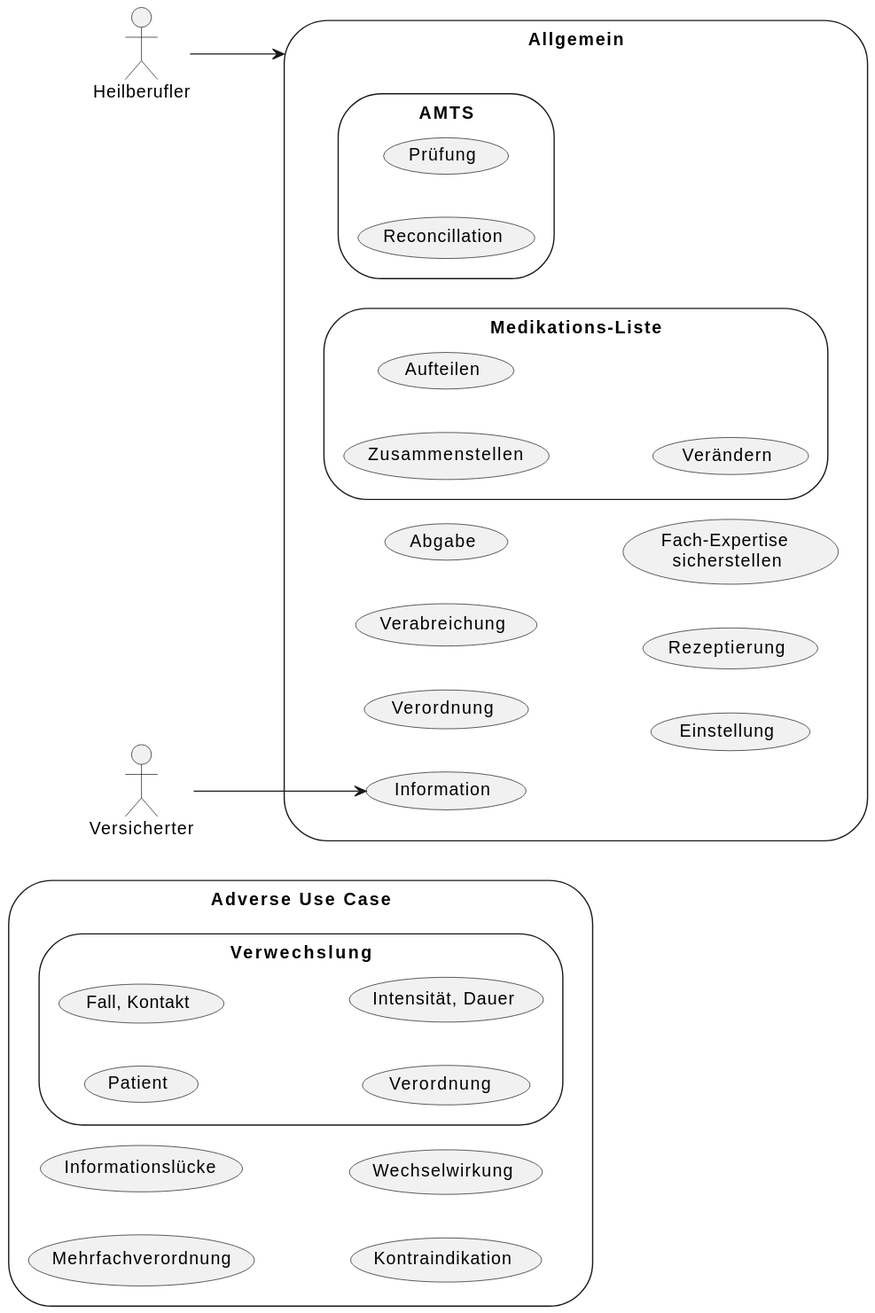
The PlantUML diagram Material/images/diagrams/usecases.svg in gematik/spec-ISiK-Medikation, before a commit.
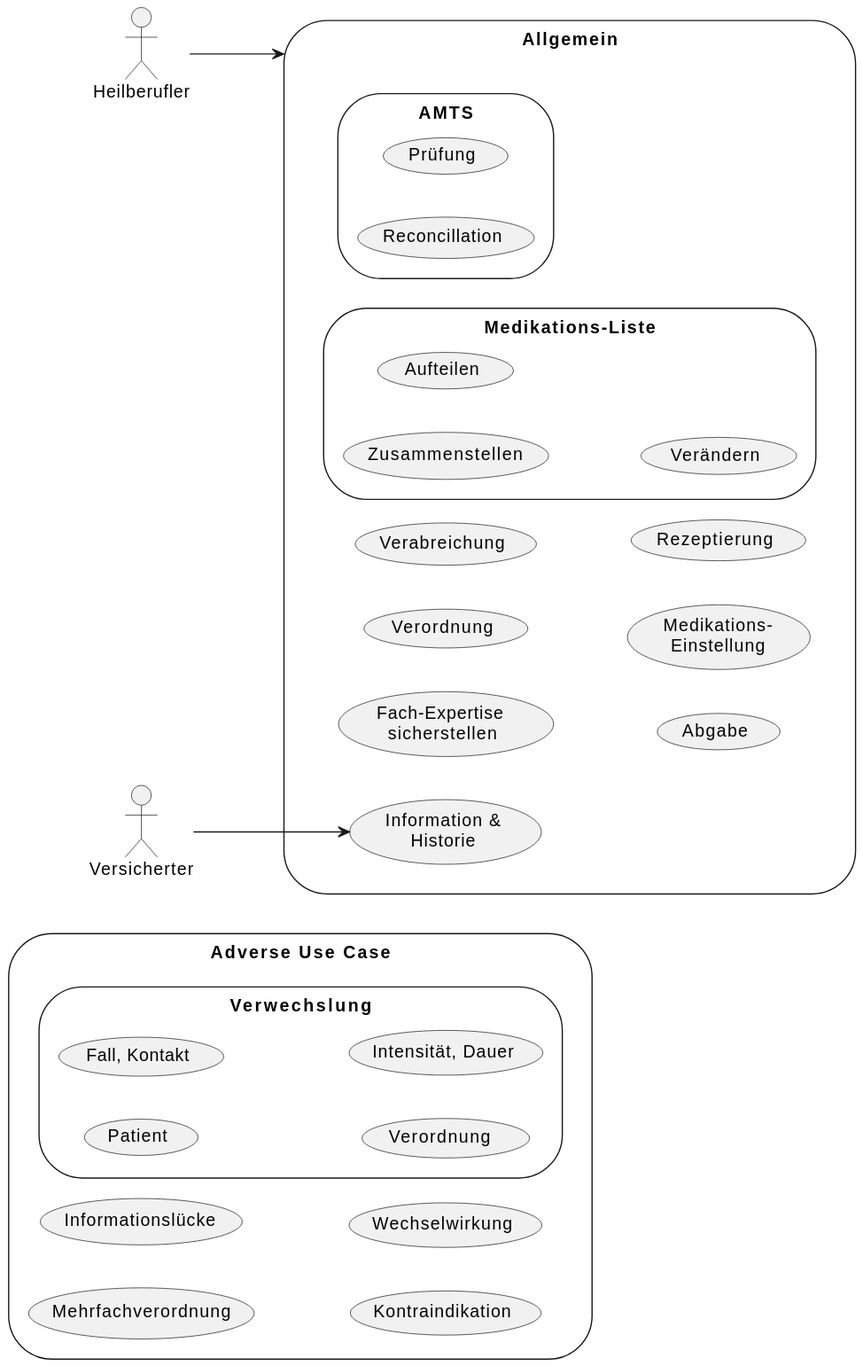
The same file after the commit.

Commit message:
auto-generated diagrams by GitHub Action after source code change

What changed in the source:
```diff
@@ -17,13 +17,13 @@
 }
 
 storage gnrlUC as "Allgemein" {
-    (Information)
+    (Fach-Expertise \nsicherstellen)
+    (Information &\nHistorie)
     (Verordnung)
     (Verabreichung)
     (Abgabe)
-    (Einstellung)
+    (Medikations-\nEinstellung)
     (Rezeptierung)
-    (Fach-Expertise \nsicherstellen)
     storage (AMTS){
         (Prüfung)
         (Reconcillation)
@@ -36,6 +36,6 @@
 }
 
 Heilberufler --> gnrlUC
-Versicherter --> Information
+Versicherter --> (Information &\nHistorie)
 
 @enduml
```
